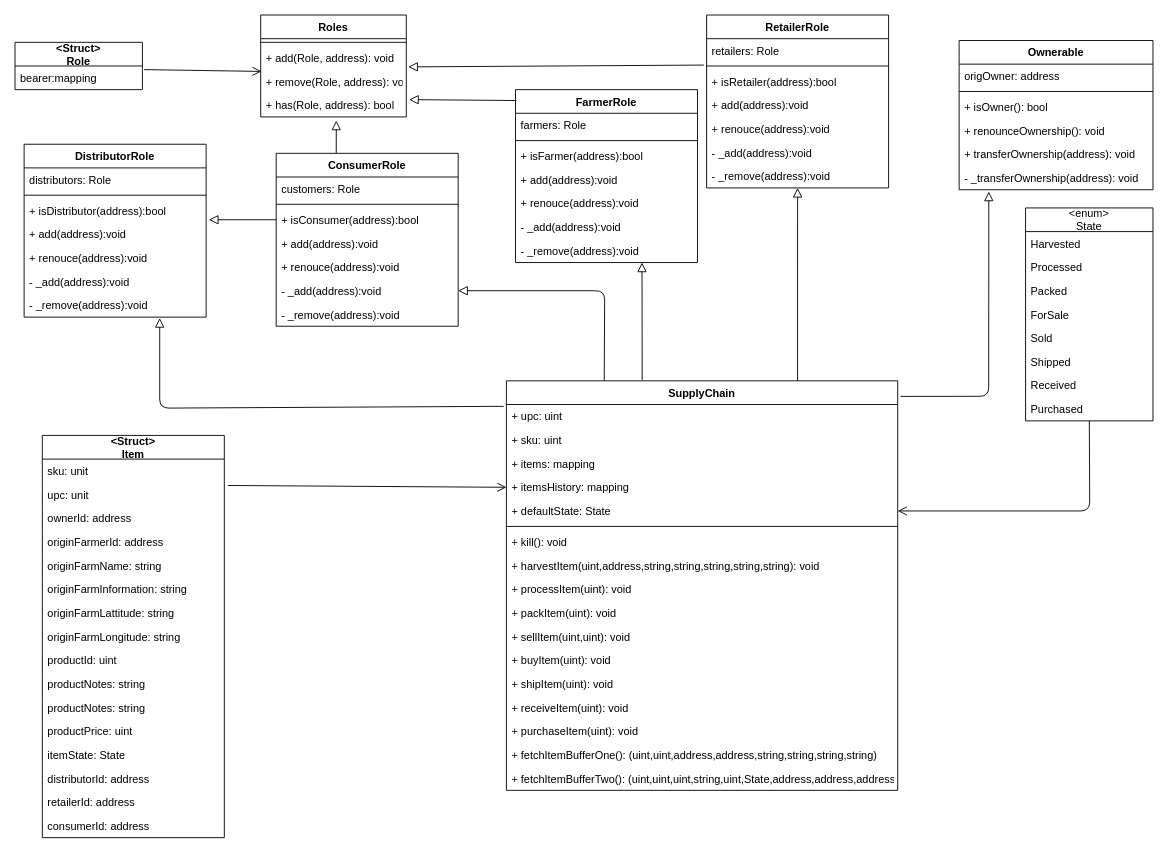
nathanrhoda/supply-chain-dapp keeps this draw.io diagram as uml/class-diagram.drawio. Above is the earlier version. Source tidied: cells renumbered, new cells numbered last; positions are measured from the earlier drawing's top-left corner, leaving out a move shared by most shapes. Both pictures are drawn from the tidied source at 91%, with x=0, y=0 at pixel (15, 15).
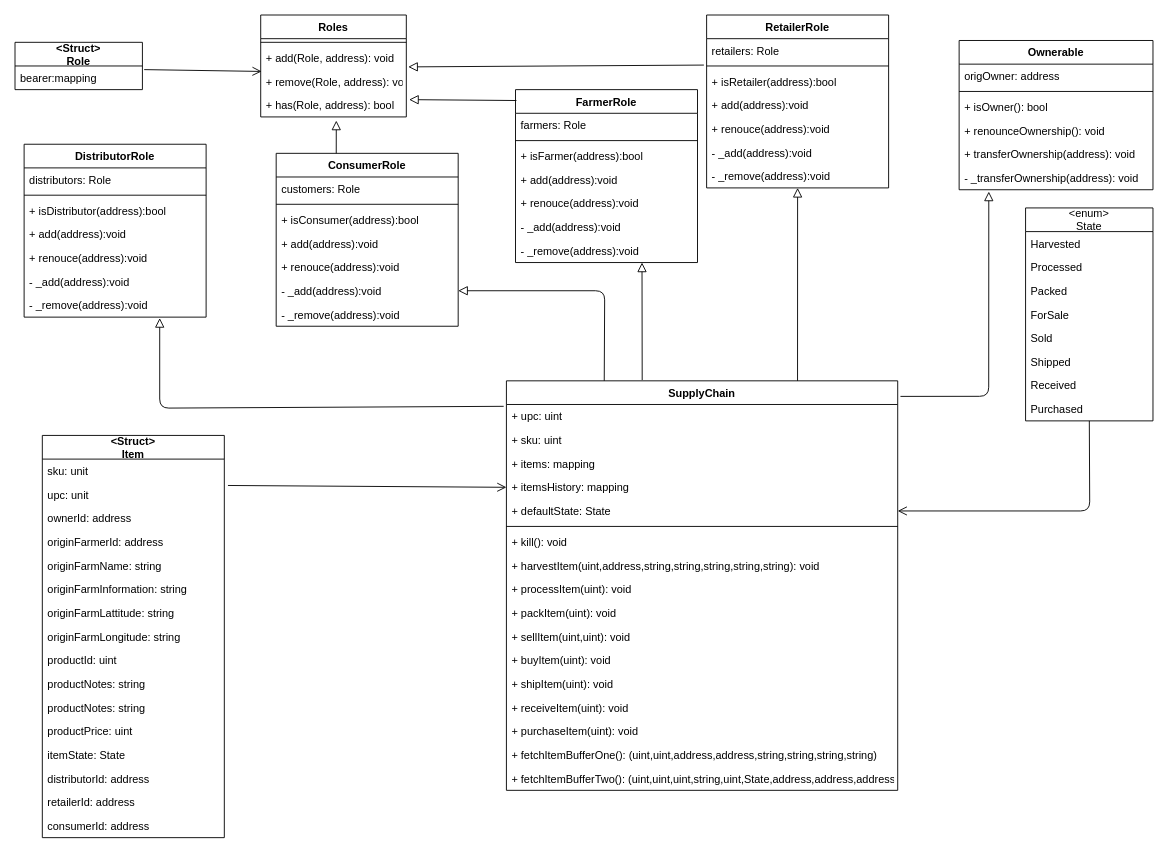
Above is the later version.

Commit message (it also covers changes not shown here):
Removed incorrect inheritance arrow

Unchanged cells that the change refers to:
```xml
<mxCell id="19" value="+ isConsumer(address):bool" style="text;strokeColor=none;fillColor=none;align=left;verticalAlign=top;spacingLeft=4;spacingRight=4;overflow=hidden;points=[[0,0.5],[1,0.5]];portConstraint=eastwest;" parent="16" vertex="1">
  <mxGeometry y="60" width="200" height="26" as="geometry" />
</mxCell>
```

What changed in the source:
```diff
@@
-    <mxCell id="103" style="endArrow=none;startArrow=block;endFill=0;startFill=0;html=1;verticalAlign=bottom;labelBackgroundColor=none;strokeWidth=1;startSize=8;endSize=8;entryX=0;entryY=0.5;entryDx=0;entryDy=0;" parent="1" edge="1" target="19">
-      <mxGeometry relative="1" as="geometry">
-        <mxPoint x="213" y="225" as="sourcePoint" />
-      </mxGeometry>
-    </mxCell>
```
